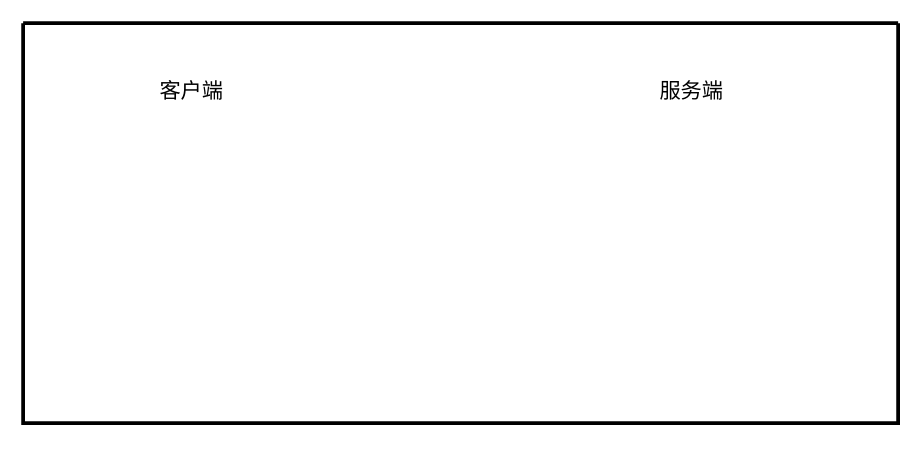
This is tcp三次握手.drawio from kot-Pixel/drawIo, a draw.io file, before an edit. Source tidied: cells renumbered, new cells numbered last; positions are measured from the earlier drawing's top-left corner, leaving out a move shared by most shapes. Both pictures are drawn from the tidied source at 125%, with x=0, y=0 at pixel (22, 22).
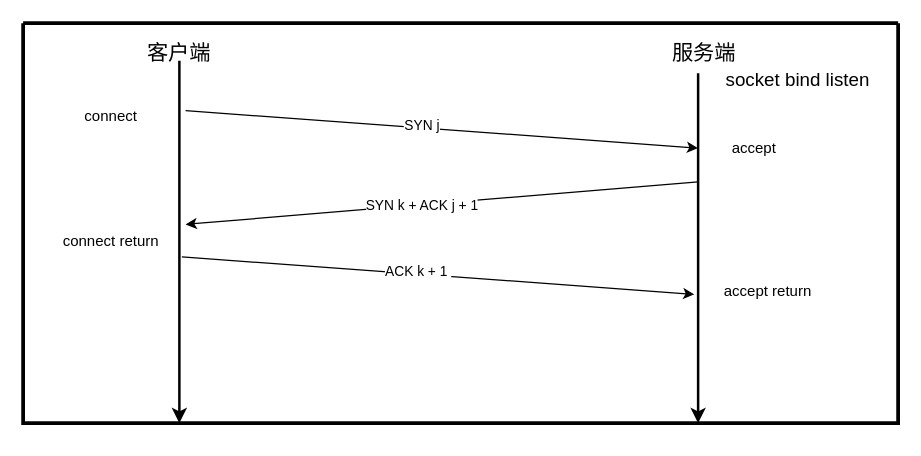
The same diagram, later.

Commit message:
更新tcp三次握手.drawio

Unchanged cells that the change refers to:
```xml
<mxCell id="2" style="swimlane;startSize=0;strokeColor=light-dark(#000000,#0000FF);strokeWidth=3;" parent="1" vertex="1">
  <mxGeometry width="700" height="320" as="geometry" />
</mxCell>
```

The edit, as a diff of the source:
```diff
@@
     <mxCell id="3" value="客户端" style="text;html=1;whiteSpace=wrap;strokeColor=none;fillColor=none;align=center;verticalAlign=middle;rounded=0;fontSize=17;" parent="2" vertex="1">
-      <mxGeometry x="60" y="40" width="150" height="30" as="geometry" />
+      <mxGeometry x="50" y="10" width="150" height="30" as="geometry" />
     </mxCell>
     <mxCell id="4" value="服务端" style="text;html=1;whiteSpace=wrap;strokeColor=none;fillColor=none;align=center;verticalAlign=middle;rounded=0;fontSize=17;" parent="2" vertex="1">
-      <mxGeometry x="460" y="40" width="150" height="30" as="geometry" />
+      <mxGeometry x="470" y="10" width="150" height="30" as="geometry" />
     </mxCell>
+    <mxCell id="5" value="socket bind listen" style="text;html=1;whiteSpace=wrap;strokeColor=none;fillColor=none;align=center;verticalAlign=middle;rounded=0;fontSize=15;" parent="2" vertex="1">
+      <mxGeometry x="540" y="30" width="160" height="30" as="geometry" />
+    </mxCell>
+    <mxCell id="6" style="edgeStyle=orthogonalEdgeStyle;rounded=0;orthogonalLoop=1;jettySize=auto;html=1;strokeWidth=2;" parent="2" edge="1">
+      <mxGeometry relative="1" as="geometry">
+        <mxPoint x="540" y="40" as="sourcePoint" />
+        <mxPoint x="540" y="320" as="targetPoint" />
+      </mxGeometry>
+    </mxCell>
+    <mxCell id="7" value="&lt;font&gt;connect&lt;/font&gt;" style="text;html=1;whiteSpace=wrap;strokeColor=none;fillColor=none;align=center;verticalAlign=middle;rounded=0;fontSize=12;" parent="2" vertex="1">
+      <mxGeometry x="20" y="60" width="101" height="30" as="geometry" />
+    </mxCell>
+    <mxCell id="8" value="accept" style="text;html=1;whiteSpace=wrap;strokeColor=none;fillColor=none;align=center;verticalAlign=middle;rounded=0;" parent="2" vertex="1">
+      <mxGeometry x="540" y="85" width="90" height="30" as="geometry" />
+    </mxCell>
+    <mxCell id="9" value="&lt;font&gt;connect return&lt;/font&gt;" style="text;html=1;whiteSpace=wrap;strokeColor=none;fillColor=none;align=center;verticalAlign=middle;rounded=0;fontSize=12;" parent="2" vertex="1">
+      <mxGeometry x="20" y="160" width="101" height="30" as="geometry" />
+    </mxCell>
+    <mxCell id="10" value="accept return" style="text;html=1;whiteSpace=wrap;strokeColor=none;fillColor=none;align=center;verticalAlign=middle;rounded=0;" parent="2" vertex="1">
+      <mxGeometry x="551" y="200" width="90" height="30" as="geometry" />
+    </mxCell>
+    <mxCell id="11" style="edgeStyle=orthogonalEdgeStyle;rounded=0;orthogonalLoop=1;jettySize=auto;html=1;strokeWidth=2;" parent="1" edge="1">
+      <mxGeometry relative="1" as="geometry">
+        <mxPoint x="125" y="30" as="sourcePoint" />
+        <mxPoint x="125" y="320" as="targetPoint" />
+      </mxGeometry>
+    </mxCell>
+    <mxCell id="12" style="endArrow=classic;html=1;rounded=0;" parent="1" edge="1">
+      <mxGeometry relative="1" as="geometry">
+        <mxPoint x="130" y="70" as="sourcePoint" />
+        <mxPoint x="540" y="100" as="targetPoint" />
+      </mxGeometry>
+    </mxCell>
+    <mxCell id="13" value="SYN j" style="edgeLabel;html=1;align=center;verticalAlign=middle;" parent="12" vertex="1">
+      <mxGeometry x="-0.08" y="2" relative="1" as="geometry" />
+    </mxCell>
+    <mxCell id="14" style="endArrow=classic;html=1;rounded=0;" parent="1" edge="1">
+      <mxGeometry relative="1" as="geometry">
+        <mxPoint x="540" y="127" as="sourcePoint" />
+        <mxPoint x="130" y="161" as="targetPoint" />
+      </mxGeometry>
+    </mxCell>
+    <mxCell id="15" value="SYN k + ACK j + 1" style="edgeLabel;html=1;align=center;verticalAlign=middle;" parent="14" vertex="1">
+      <mxGeometry x="0.08" relative="1" as="geometry" />
+    </mxCell>
+    <mxCell id="16" style="endArrow=classic;html=1;rounded=0;" parent="1" edge="1">
+      <mxGeometry relative="1" as="geometry">
+        <mxPoint x="127" y="187" as="sourcePoint" />
+        <mxPoint x="537" y="217" as="targetPoint" />
+      </mxGeometry>
+    </mxCell>
+    <mxCell id="17" value="ACK k + 1&amp;nbsp;" style="edgeLabel;html=1;align=center;verticalAlign=middle;" parent="16" vertex="1">
+      <mxGeometry x="-0.08" y="2" relative="1" as="geometry" />
+    </mxCell>
```
